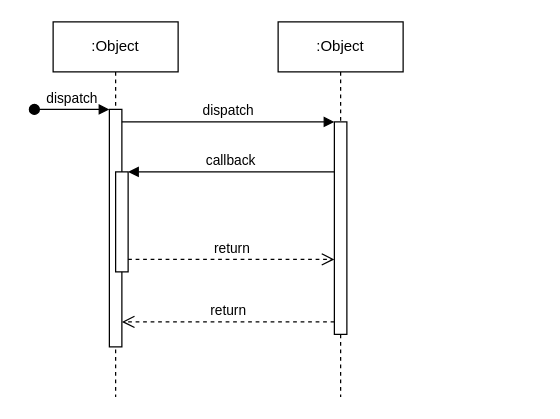
The draw.io diagram AtividadeemSala.drawio in ShellyLeal05/EngenhariaSoftwareII, before the edit. Source tidied: cells renumbered, new cells numbered last; positions are measured from the earlier drawing's top-left corner, leaving out a move shared by most shapes. Both pictures are drawn from the tidied source at 125%, with x=0, y=0 at pixel (34, 21).
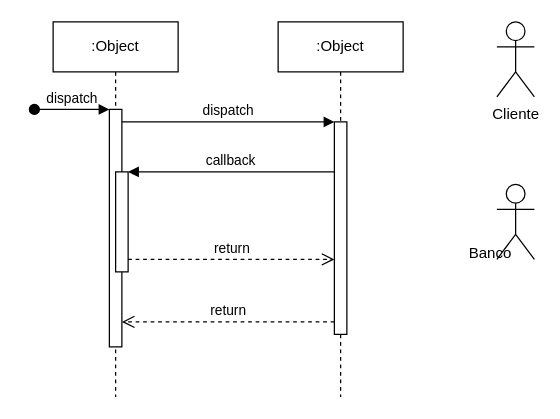
After the change.

What changed in the source:
```diff
@@
+    <mxCell id="12" value="Cliente" style="shape=umlActor;verticalLabelPosition=bottom;verticalAlign=top;html=1;" parent="1" vertex="1">
+      <mxGeometry x="370" width="30" height="60" as="geometry" />
+    </mxCell>
+    <mxCell id="13" style="shape=umlActor;verticalLabelPosition=bottom;verticalAlign=top;html=1;" parent="1" vertex="1">
+      <mxGeometry x="370" y="130" width="30" height="60" as="geometry" />
+    </mxCell>
+    <mxCell id="14" value="Banco" style="text;strokeColor=none;align=center;fillColor=none;html=1;verticalAlign=middle;whiteSpace=wrap;rounded=0;" parent="1" vertex="1">
+      <mxGeometry x="335" y="170" width="60" height="30" as="geometry" />
+    </mxCell>
```
